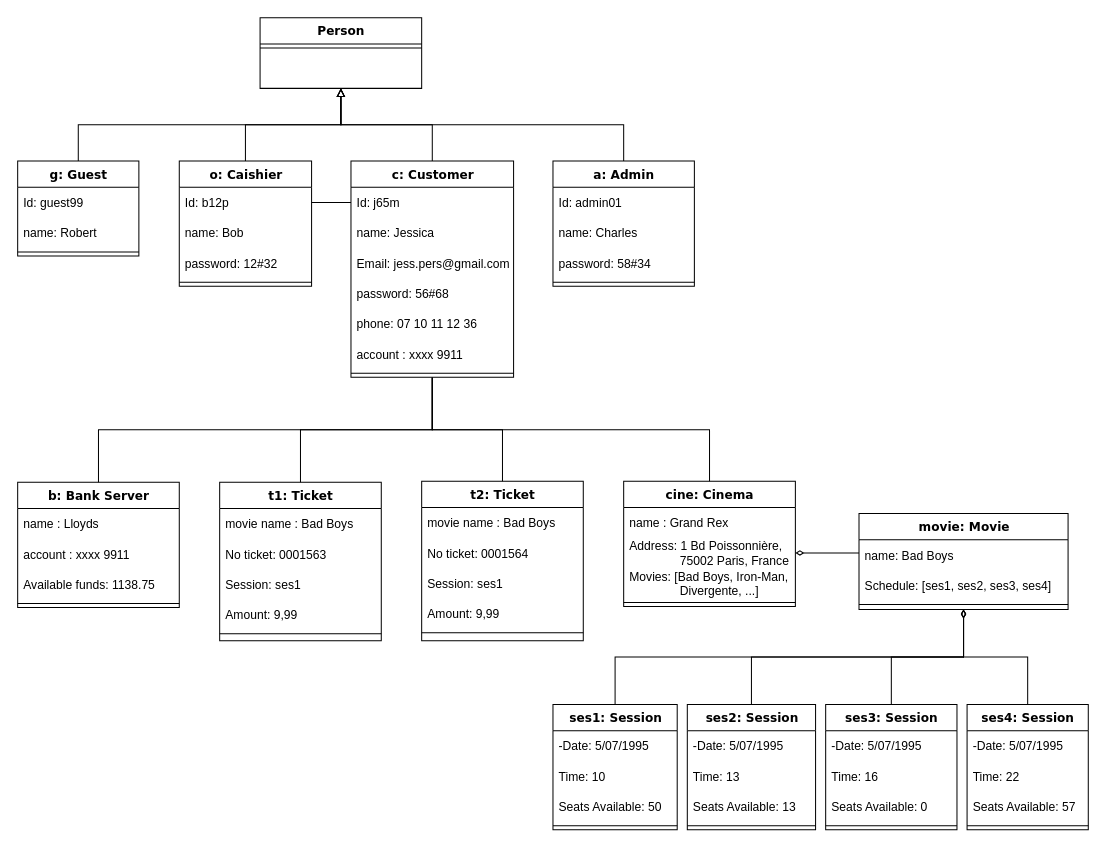
Earlier version of the draw.io diagram Diagramme object Movie Ticket Booking System.drawio (Melydgt/Draw-io-UML-England). Source tidied: cells renumbered, new cells numbered last; positions are measured from the earlier drawing's top-left corner, leaving out a move shared by most shapes. Both pictures are drawn from the tidied source at 101%, with x=0, y=0 at pixel (17, 17).
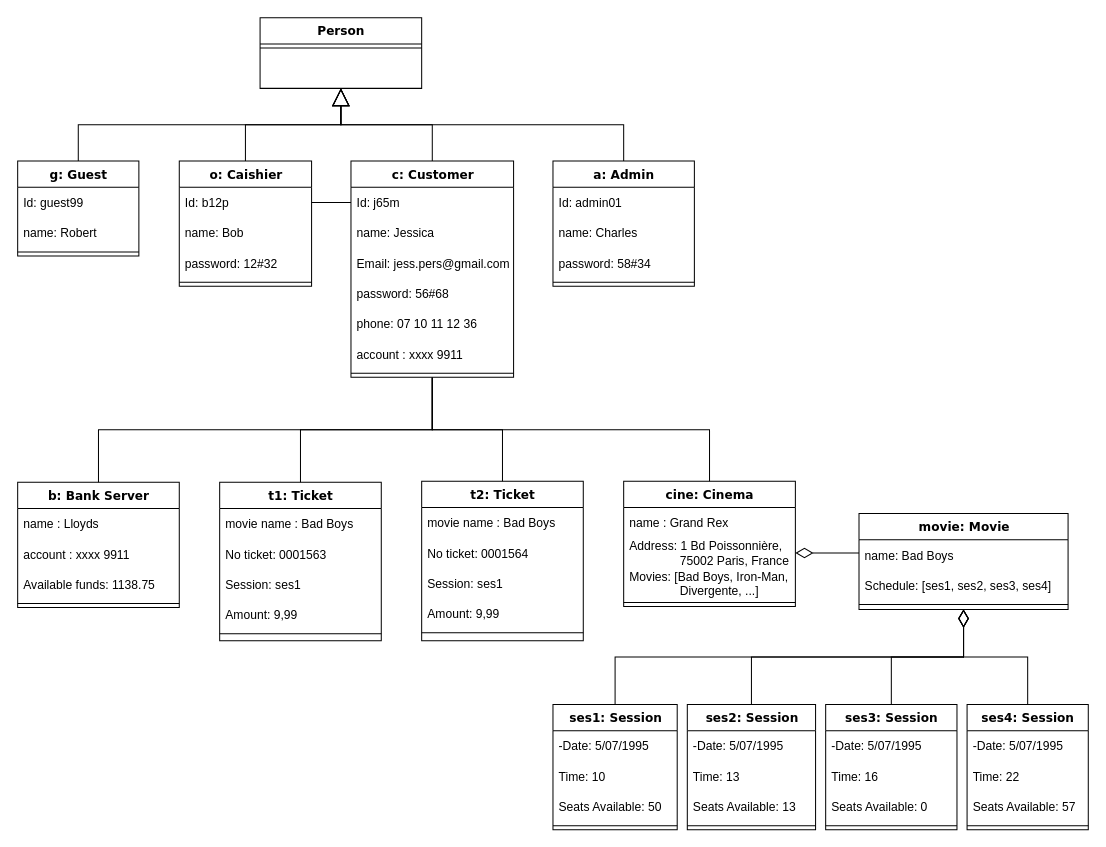
The same page after the edit.

Commit message (it also covers changes not shown here):
Mettre à jour Diagramme object Movie Ticket Booking System.drawio

Unchanged cells that the change refers to:
```xml
<mxCell id="7" value="c: Customer" style="swimlane;html=1;fontStyle=1;align=center;verticalAlign=top;horizontal=1;startSize=26;swimlaneFillColor=#ffffff;rounded=0;shadow=0;comic=0;labelBackgroundColor=none;strokeWidth=1;fillColor=none;fontFamily=Verdana;fontSize=12;" parent="1" vertex="1">
  <mxGeometry x="330" y="142" width="161" height="214" as="geometry" />
</mxCell>
<mxCell id="34" value="Address: 1 Bd Poissonnière,&#10;               75002 Paris, France" style="text;strokeColor=none;fillColor=none;align=left;verticalAlign=middle;spacingLeft=4;spacingRight=4;overflow=hidden;points=[[0,0.5],[1,0.5]];portConstraint=eastwest;" parent="32" vertex="1">
  <mxGeometry y="56" width="170" height="30" as="geometry" />
</mxCell>
<mxCell id="38" value="g: Guest" style="swimlane;html=1;fontStyle=1;align=center;verticalAlign=top;horizontal=1;startSize=26;swimlaneFillColor=#ffffff;rounded=0;shadow=0;comic=0;labelBackgroundColor=none;strokeWidth=1;fillColor=none;fontFamily=Verdana;fontSize=12;" parent="1" vertex="1">
  <mxGeometry y="142" width="120" height="94" as="geometry" />
</mxCell>
<mxCell id="43" value="a: Admin" style="swimlane;html=1;fontStyle=1;align=center;verticalAlign=top;horizontal=1;startSize=26;swimlaneFillColor=#ffffff;rounded=0;shadow=0;comic=0;labelBackgroundColor=none;strokeWidth=1;fillColor=none;fontFamily=Verdana;fontSize=12;" parent="1" vertex="1">
  <mxGeometry x="530" y="142" width="140" height="124" as="geometry" />
</mxCell>
<mxCell id="51" value="movie: Movie" style="swimlane;html=1;fontStyle=1;align=center;verticalAlign=top;horizontal=1;startSize=26;swimlaneFillColor=#ffffff;rounded=0;shadow=0;comic=0;labelBackgroundColor=none;strokeWidth=1;fillColor=none;fontFamily=Verdana;fontSize=12;" parent="1" vertex="1">
  <mxGeometry x="833" y="491" width="207" height="95" as="geometry" />
</mxCell>
<mxCell id="55" value="ses1: Session" style="swimlane;html=1;fontStyle=1;align=center;verticalAlign=top;horizontal=1;startSize=26;swimlaneFillColor=#ffffff;rounded=0;shadow=0;comic=0;labelBackgroundColor=none;strokeWidth=1;fillColor=none;fontFamily=Verdana;fontSize=12;" parent="1" vertex="1">
  <mxGeometry x="530" y="680" width="123" height="124" as="geometry" />
</mxCell>
<mxCell id="61" value="o: Caishier" style="swimlane;html=1;fontStyle=1;align=center;verticalAlign=top;horizontal=1;startSize=26;swimlaneFillColor=#ffffff;rounded=0;shadow=0;comic=0;labelBackgroundColor=none;strokeWidth=1;fillColor=none;fontFamily=Verdana;fontSize=12;" parent="1" vertex="1">
  <mxGeometry x="160" y="142" width="131" height="124" as="geometry" />
</mxCell>
<mxCell id="66" value="ses2: Session" style="swimlane;html=1;fontStyle=1;align=center;verticalAlign=top;horizontal=1;startSize=26;swimlaneFillColor=#ffffff;rounded=0;shadow=0;comic=0;labelBackgroundColor=none;strokeWidth=1;fillColor=none;fontFamily=Verdana;fontSize=12;" parent="1" vertex="1">
  <mxGeometry x="663" y="680" width="127" height="124" as="geometry" />
</mxCell>
<mxCell id="71" value="ses3: Session" style="swimlane;html=1;fontStyle=1;align=center;verticalAlign=top;horizontal=1;startSize=26;swimlaneFillColor=#ffffff;rounded=0;shadow=0;comic=0;labelBackgroundColor=none;strokeWidth=1;fillColor=none;fontFamily=Verdana;fontSize=12;" parent="1" vertex="1">
  <mxGeometry x="800" y="680" width="130" height="124" as="geometry" />
</mxCell>
<mxCell id="76" value="ses4: Session" style="swimlane;html=1;fontStyle=1;align=center;verticalAlign=top;horizontal=1;startSize=26;swimlaneFillColor=#ffffff;rounded=0;shadow=0;comic=0;labelBackgroundColor=none;strokeWidth=1;fillColor=none;fontFamily=Verdana;fontSize=12;" parent="1" vertex="1">
  <mxGeometry x="940" y="680" width="120" height="124" as="geometry" />
</mxCell>
<mxCell id="81" value="Person" style="swimlane;html=1;fontStyle=1;align=center;verticalAlign=top;horizontal=1;startSize=26;swimlaneFillColor=#ffffff;rounded=0;shadow=0;comic=0;labelBackgroundColor=none;strokeWidth=1;fillColor=none;fontFamily=Verdana;fontSize=12;" parent="1" vertex="1">
  <mxGeometry x="240" width="160" height="70" as="geometry" />
</mxCell>
```

Diff of the diagram source:
```diff
@@
-    <mxCell id="2" style="edgeStyle=elbowEdgeStyle;rounded=0;jettySize=auto;elbow=vertical;html=1;endArrow=block;endFill=0;" parent="1" edge="1" source="7" target="81">
+    <mxCell id="2" style="edgeStyle=elbowEdgeStyle;rounded=0;jettySize=auto;elbow=vertical;html=1;endArrow=block;endFill=0;endSize=15;startSize=15;" parent="1" edge="1" source="7" target="81">
       <mxGeometry relative="1" as="geometry" />
     </mxCell>
@@
-    <mxCell id="37" style="edgeStyle=elbowEdgeStyle;rounded=0;jettySize=auto;elbow=vertical;html=1;endArrow=block;endFill=0;" parent="1" edge="1" source="38" target="81">
+    <mxCell id="37" style="edgeStyle=elbowEdgeStyle;rounded=0;jettySize=auto;elbow=vertical;html=1;endArrow=block;endFill=0;endSize=15;startSize=15;" parent="1" edge="1" source="38" target="81">
       <mxGeometry relative="1" as="geometry" />
     </mxCell>
@@
-    <mxCell id="42" style="edgeStyle=elbowEdgeStyle;rounded=0;jettySize=auto;elbow=vertical;html=1;endArrow=block;endFill=0;" parent="1" edge="1" source="43" target="81">
+    <mxCell id="42" style="edgeStyle=elbowEdgeStyle;rounded=0;jettySize=auto;elbow=vertical;html=1;endArrow=block;endFill=0;endSize=15;startSize=15;" parent="1" edge="1" source="43" target="81">
       <mxGeometry relative="1" as="geometry" />
     </mxCell>
@@
-    <mxCell id="48" style="edgeStyle=elbowEdgeStyle;rounded=0;jettySize=auto;elbow=vertical;html=1;startArrow=diamondThin;startFill=0;endArrow=none;endFill=0;" parent="1" edge="1" source="51" target="55">
+    <mxCell id="48" style="edgeStyle=elbowEdgeStyle;rounded=0;jettySize=auto;elbow=vertical;html=1;startArrow=diamondThin;startFill=0;endArrow=none;endFill=0;endSize=15;startSize=15;" parent="1" edge="1" source="51" target="55">
       <mxGeometry relative="1" as="geometry" />
     </mxCell>
-    <mxCell id="49" style="edgeStyle=elbowEdgeStyle;rounded=0;jettySize=auto;elbow=vertical;html=1;startArrow=diamondThin;startFill=0;endArrow=none;endFill=0;" parent="1" edge="1" source="51" target="66">
+    <mxCell id="49" style="edgeStyle=elbowEdgeStyle;rounded=0;jettySize=auto;elbow=vertical;html=1;startArrow=diamondThin;startFill=0;endArrow=none;endFill=0;endSize=15;startSize=15;" parent="1" edge="1" source="51" target="66">
       <mxGeometry relative="1" as="geometry" />
     </mxCell>
-    <mxCell id="50" style="edgeStyle=elbowEdgeStyle;rounded=0;jettySize=auto;elbow=vertical;html=1;startArrow=diamondThin;startFill=0;endArrow=none;endFill=0;" parent="1" edge="1" source="51" target="71">
+    <mxCell id="50" style="edgeStyle=elbowEdgeStyle;rounded=0;jettySize=auto;elbow=vertical;html=1;startArrow=diamondThin;startFill=0;endArrow=none;endFill=0;endSize=15;startSize=15;" parent="1" edge="1" source="51" target="71">
       <mxGeometry relative="1" as="geometry" />
     </mxCell>
@@
-    <mxCell id="60" style="edgeStyle=elbowEdgeStyle;rounded=0;jettySize=auto;elbow=vertical;html=1;endArrow=block;endFill=0;" parent="1" edge="1" source="61" target="81">
+    <mxCell id="60" style="edgeStyle=elbowEdgeStyle;rounded=0;jettySize=auto;elbow=vertical;html=1;endArrow=block;endFill=0;endSize=15;startSize=15;" parent="1" edge="1" source="61" target="81">
       <mxGeometry relative="1" as="geometry" />
     </mxCell>
@@
-    <mxCell id="83" style="edgeStyle=elbowEdgeStyle;rounded=0;jettySize=auto;elbow=vertical;html=1;endArrow=none;endFill=0;startArrow=diamondThin;startFill=0;" parent="1" edge="1" source="34" target="51">
+    <mxCell id="83" style="edgeStyle=elbowEdgeStyle;rounded=0;jettySize=auto;elbow=vertical;html=1;endArrow=none;endFill=0;startArrow=diamondThin;startFill=0;strokeWidth=1;endSize=15;targetPerimeterSpacing=0;sourcePerimeterSpacing=0;startSize=15;" parent="1" edge="1" source="34" target="51">
       <mxGeometry relative="1" as="geometry" />
     </mxCell>
-    <mxCell id="84" style="edgeStyle=elbowEdgeStyle;rounded=0;jettySize=auto;elbow=vertical;html=1;startArrow=diamondThin;startFill=0;endArrow=none;endFill=0;" parent="1" edge="1" source="51" target="76">
+    <mxCell id="84" style="edgeStyle=elbowEdgeStyle;rounded=0;jettySize=auto;elbow=vertical;html=1;startArrow=diamondThin;startFill=0;endArrow=none;endFill=0;endSize=15;startSize=15;" parent="1" edge="1" source="51" target="76">
       <mxGeometry relative="1" as="geometry" />
     </mxCell>
```
